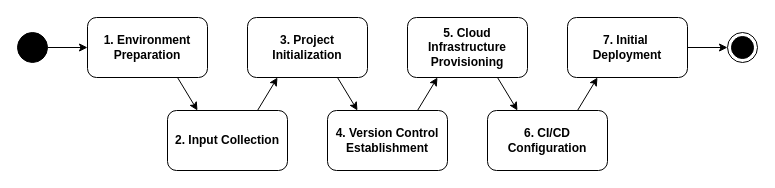
The draw.io diagram the_flow.drawio in oscarmarcussen/master_diagram, before the edit. Source tidied: cells renumbered, new cells numbered last; positions are measured from the earlier drawing's top-left corner, leaving out a move shared by most shapes. Both pictures are drawn from the tidied source at 100%, with x=0, y=0 at pixel (17, 17).
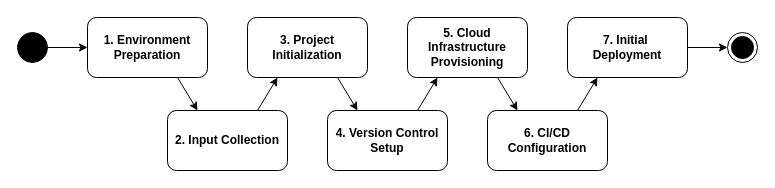
Above is the later version.

Commit message:
"version control setup" in the_flow

What changed in the source:
```diff
@@
-    <mxCell id="5" value="&lt;b&gt;4.&amp;nbsp;&lt;/b&gt;&lt;span class=&quot;notion-enable-hover&quot; style=&quot;font-weight:600&quot;&gt;Version Control Establishment&lt;/span&gt;" style="rounded=1;whiteSpace=wrap;html=1;" parent="1" vertex="1">
+    <mxCell id="5" value="&lt;b&gt;4.&amp;nbsp;&lt;/b&gt;&lt;span class=&quot;notion-enable-hover&quot; style=&quot;font-weight:600&quot;&gt;Version Control Setup&lt;/span&gt;" style="rounded=1;whiteSpace=wrap;html=1;" parent="1" vertex="1">
       <mxGeometry x="310" y="93" width="120" height="60" as="geometry" />
     </mxCell>
```
